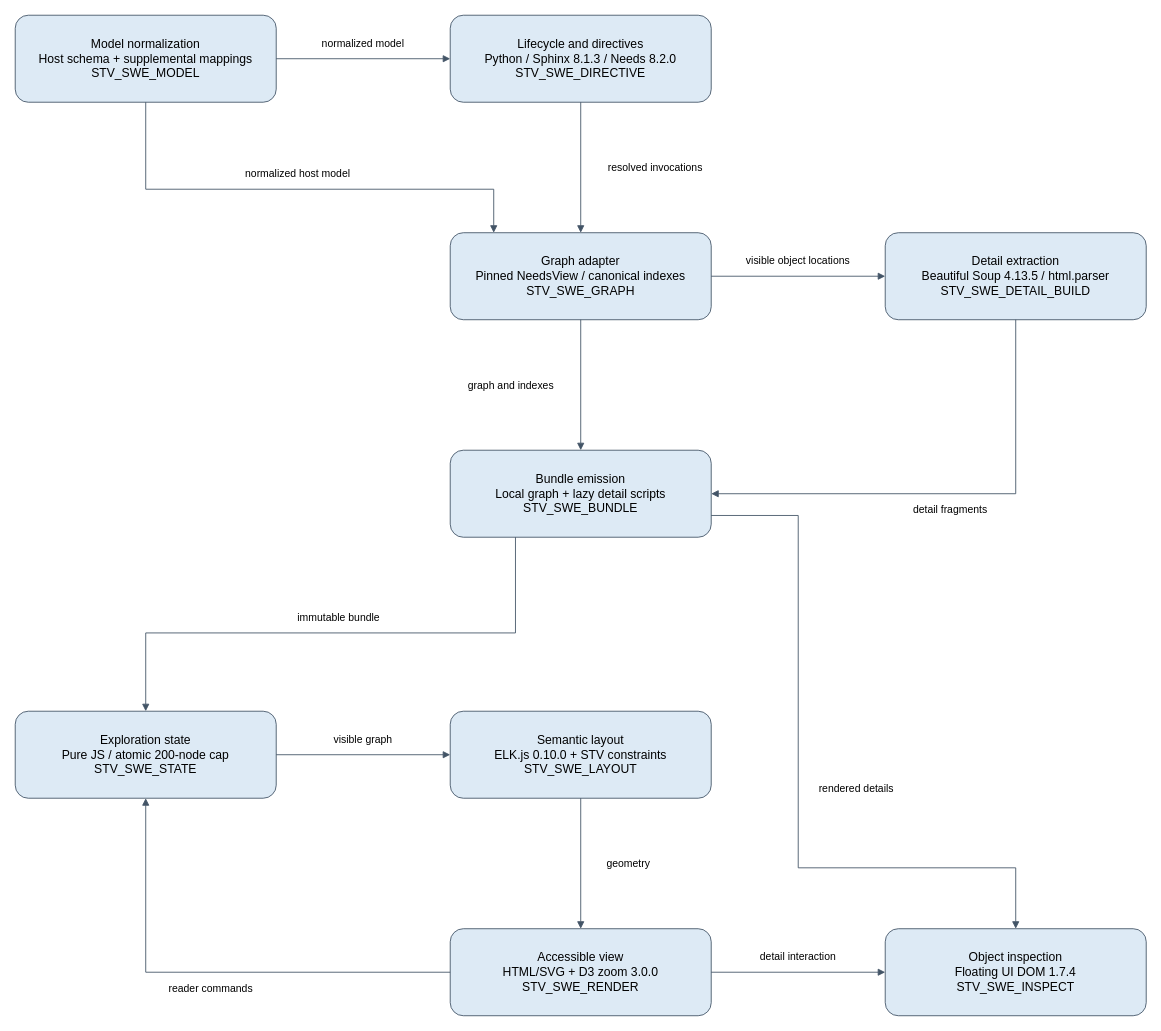
Before: docs/architecture/diagrams/software-architecture.drawio in sysblacksmith/STV_sphinx-traceability-view, a draw.io diagram. Source tidied: cells renumbered, new cells numbered last; positions are measured from the earlier drawing's top-left corner, leaving out a move shared by most shapes. Both pictures are drawn from the tidied source at 87%, with x=0, y=0 at pixel (15, 15).
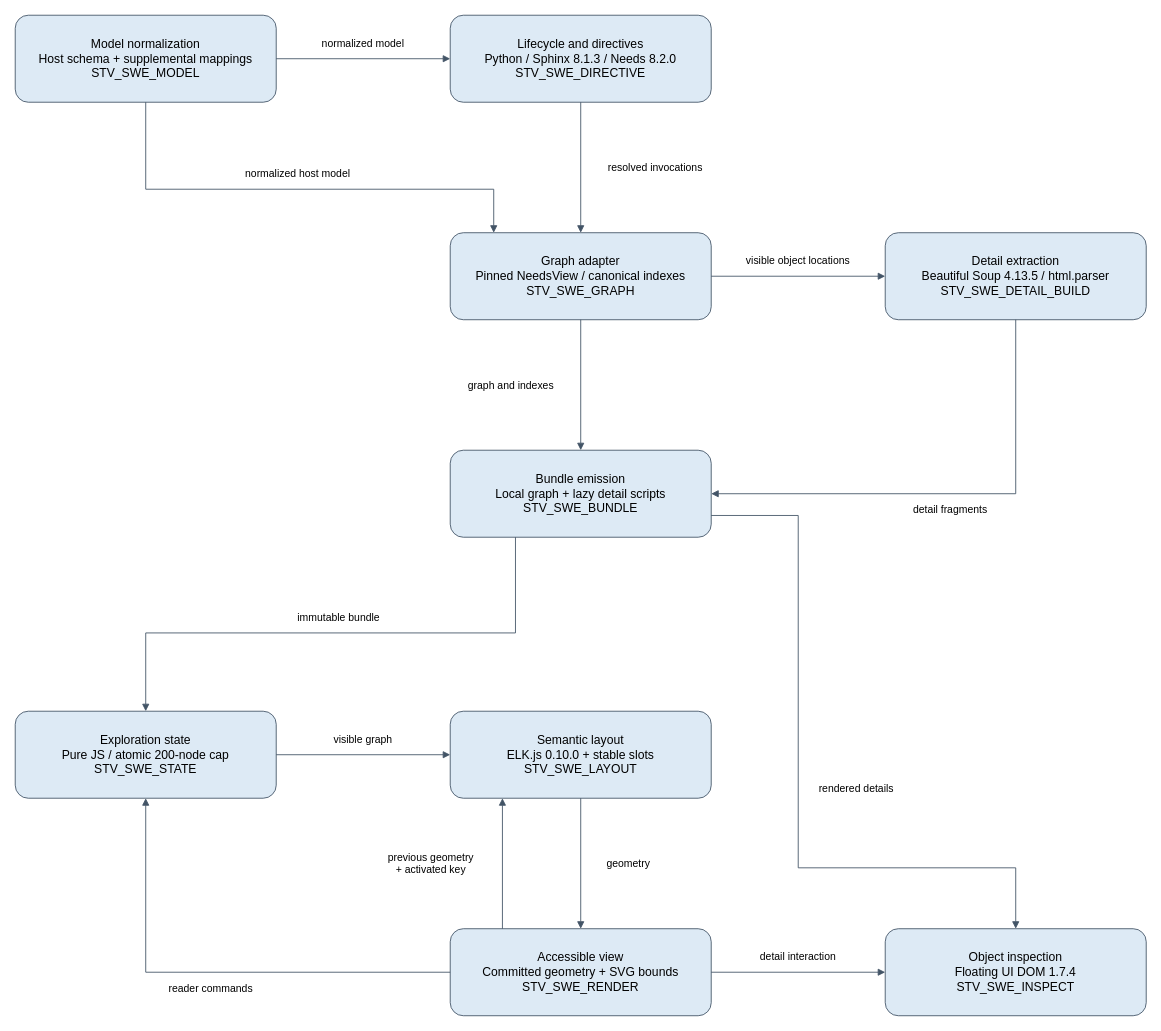
Above is the later version.

Change to the diagram source:
```diff
@@
-    <mxCell id="8" value="Semantic layout&#10;ELK.js 0.10.0 + STV constraints&#10;STV_SWE_LAYOUT" style="rounded=1;whiteSpace=wrap;html=0;fillColor=#ddeaf5;strokeColor=#425466;fontSize=14;spacing=12;" parent="1" vertex="1">
+    <mxCell id="8" value="Semantic layout&#10;ELK.js 0.10.0 + stable slots&#10;STV_SWE_LAYOUT" style="rounded=1;whiteSpace=wrap;html=0;fillColor=#ddeaf5;strokeColor=#425466;fontSize=14;spacing=12;" parent="1" vertex="1">
       <mxGeometry x="500" y="800" width="300" height="100" as="geometry" />
     </mxCell>
-    <mxCell id="9" value="Accessible view&#10;HTML/SVG + D3 zoom 3.0.0&#10;STV_SWE_RENDER" style="rounded=1;whiteSpace=wrap;html=0;fillColor=#ddeaf5;strokeColor=#425466;fontSize=14;spacing=12;" parent="1" vertex="1">
+    <mxCell id="9" value="Accessible view&#10;Committed geometry + SVG bounds&#10;STV_SWE_RENDER" style="rounded=1;whiteSpace=wrap;html=0;fillColor=#ddeaf5;strokeColor=#425466;fontSize=14;spacing=12;" parent="1" vertex="1">
       <mxGeometry x="500" y="1050" width="300" height="100" as="geometry" />
     </mxCell>
@@
+    <mxCell id="23" value="previous geometry&#10;+ activated key" style="edgeStyle=none;html=0;endArrow=block;endFill=1;strokeColor=#425466;fontSize=12;labelBackgroundColor=#ffffff;exitX=0.2;exitY=0;exitPerimeter=0;entryX=0.2;entryY=1;entryPerimeter=0;" parent="1" edge="1" source="9" target="8">
+      <mxGeometry relative="1" as="geometry">
+        <mxPoint x="-82" as="offset" />
+      </mxGeometry>
+    </mxCell>
```
